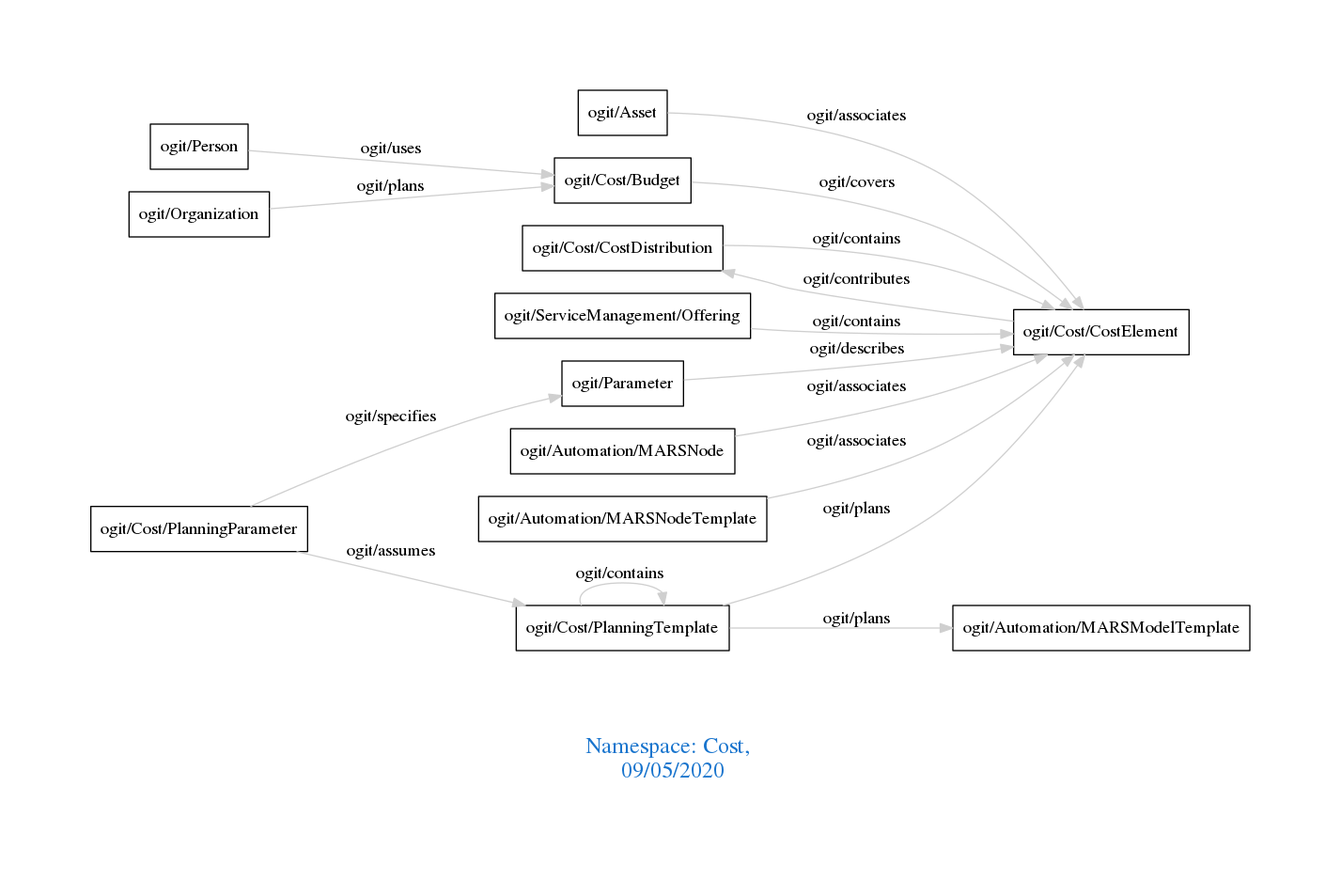
This is downloads/Cost.png from arago/OGIT, a Graphviz export, as it was before one commit. Its source is kept beside it as downloads/Cost.dot.
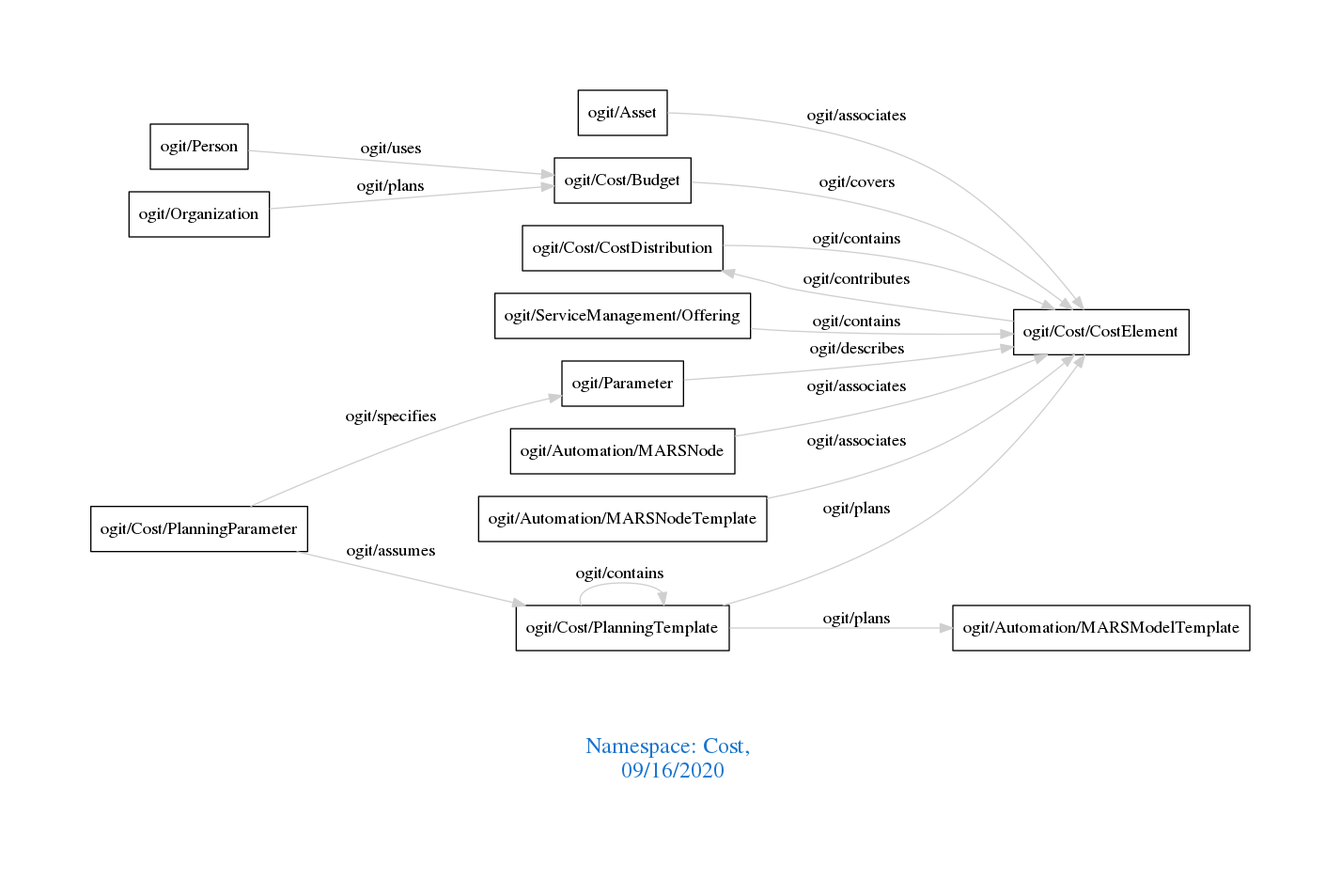
The same diagram one commit later.

Change to the diagram source:
```diff
@@ -1,7 +1,7 @@
 digraph OGIT_ontology {
  graph [ rankdir= LR,pad=1
 fontsize = 18,
-fontcolor= dodgerblue3,label = "\n\n\nNamespace: Cost, \n 09/05/2020"];
+fontcolor= dodgerblue3,label = "\n\n\nNamespace: Cost, \n 09/16/2020"];
 node[shape=polygon];
 edge [  color="gray81"];
 
```
